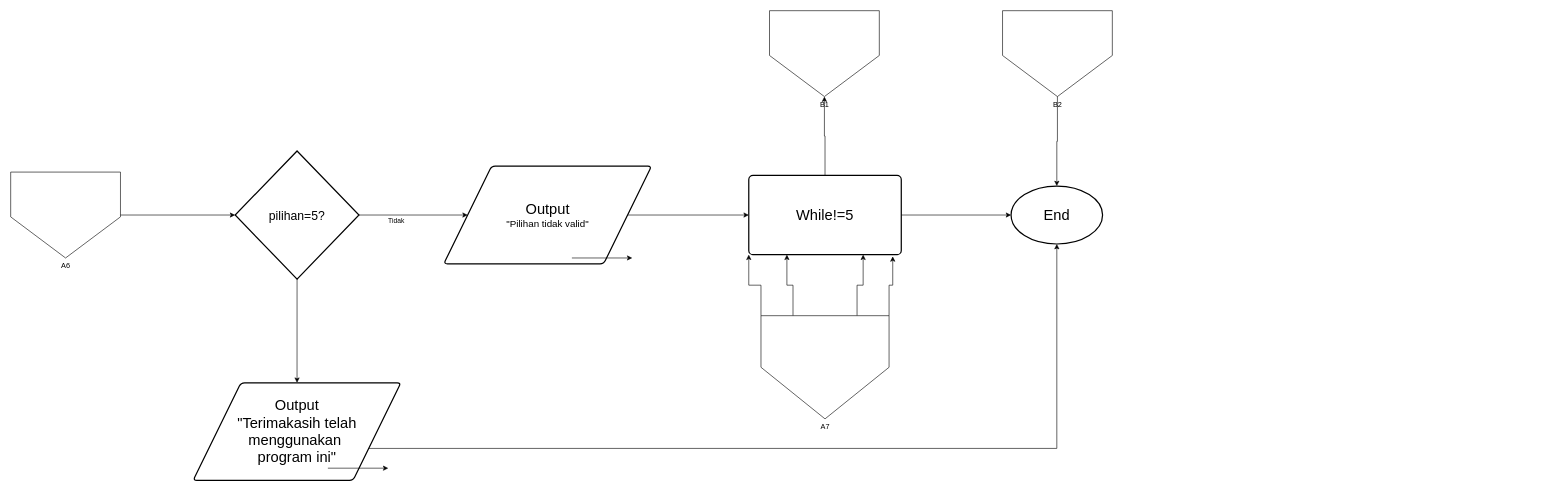
Before: page "A6 to A7" (8 of 8) of post-test/post-test-apl-3/2409106035-AhnafAliyyu-PT-3.drawio in ahnafaliyyu/Praktikum-apl, a draw.io diagram. Source tidied: cells renumbered, new cells numbered last; positions are measured from the earlier drawing's top-left corner, leaving out a move shared by most shapes. Both pictures are drawn from the tidied source at 61%, with x=0, y=0 at pixel (10, 10).
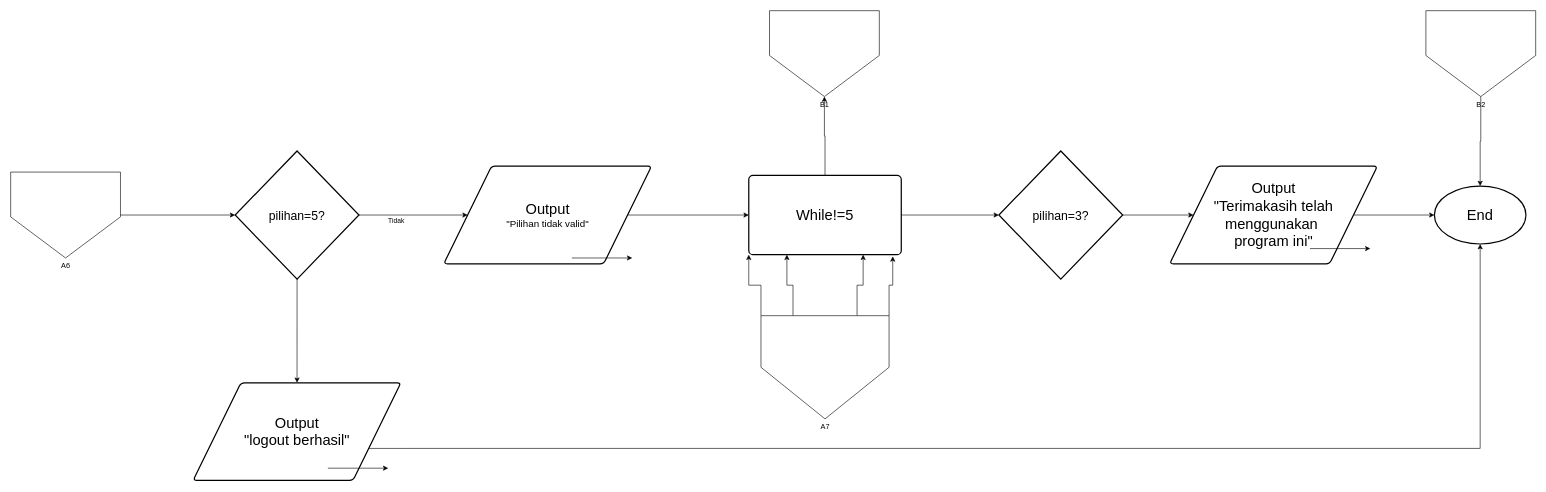
After the change.

The change refers to these unchanged cells:
```xml
<mxCell id="14" value="&lt;font style=&quot;font-size: 24px;&quot;&gt;While!=5&lt;/font&gt;" style="rounded=1;whiteSpace=wrap;html=1;absoluteArcSize=1;arcSize=14;strokeWidth=2;" parent="1" vertex="1">
  <mxGeometry x="1210" y="270" width="250" height="130" as="geometry" />
</mxCell>
```

What changed in the source:
```diff
@@
-    <mxCell id="8" value="&lt;div&gt;&lt;font style=&quot;font-size: 24px;&quot;&gt;Output&lt;/font&gt;&lt;/div&gt;&lt;div&gt;&lt;font style=&quot;font-size: 24px;&quot;&gt;&quot;Terimakasih telah menggunakan&amp;nbsp;&lt;/font&gt;&lt;/div&gt;&lt;div&gt;&lt;font style=&quot;font-size: 24px;&quot;&gt;program ini&quot;&lt;/font&gt;&lt;/div&gt;" style="shape=parallelogram;html=1;strokeWidth=2;perimeter=parallelogramPerimeter;whiteSpace=wrap;rounded=1;arcSize=12;size=0.23;" parent="1" vertex="1">
+    <mxCell id="8" value="&lt;div&gt;&lt;font style=&quot;font-size: 24px;&quot;&gt;Output&lt;/font&gt;&lt;/div&gt;&lt;div&gt;&lt;span style=&quot;font-size: 24px;&quot;&gt;&quot;logout berhasil&quot;&lt;/span&gt;&lt;/div&gt;" style="shape=parallelogram;html=1;strokeWidth=2;perimeter=parallelogramPerimeter;whiteSpace=wrap;rounded=1;arcSize=12;size=0.23;" parent="1" vertex="1">
       <mxGeometry x="299.2" y="610" width="340.5" height="160" as="geometry" />
     </mxCell>
@@
     <mxCell id="16" value="&lt;font style=&quot;font-size: 24px;&quot;&gt;End&lt;/font&gt;" style="strokeWidth=2;html=1;shape=mxgraph.flowchart.start_1;whiteSpace=wrap;" parent="1" vertex="1">
-      <mxGeometry x="1640" y="287.5" width="150" height="95" as="geometry" />
+      <mxGeometry x="2334" y="287.5" width="150" height="95" as="geometry" />
     </mxCell>
     <mxCell id="17" value="B2" style="verticalLabelPosition=bottom;verticalAlign=top;html=1;shape=offPageConnector;rounded=0;size=0.47854077253218885;" parent="1" vertex="1">
-      <mxGeometry x="1626" width="180" height="140.8" as="geometry" />
+      <mxGeometry x="2320" width="180" height="140.8" as="geometry" />
     </mxCell>
@@
-    <mxCell id="19" style="edgeStyle=orthogonalEdgeStyle;rounded=0;jettySize=auto;html=1;exitX=1;exitY=0.5;exitDx=0;exitDy=0;entryX=0;entryY=0.5;entryDx=0;entryDy=0;entryPerimeter=0;" parent="1" edge="1" source="14" target="16">
-      <mxGeometry relative="1" as="geometry" />
-    </mxCell>
@@
+    <mxCell id="26" style="edgeStyle=orthogonalEdgeStyle;rounded=0;jettySize=auto;html=1;exitX=1;exitY=0.5;exitDx=0;exitDy=0;entryX=0;entryY=0.5;entryDx=0;entryDy=0;entryPerimeter=0;" parent="1" edge="1" source="14" target="28">
+      <mxGeometry relative="1" as="geometry" />
+    </mxCell>
+    <mxCell id="27" style="edgeStyle=orthogonalEdgeStyle;rounded=0;jettySize=auto;html=1;exitX=1;exitY=0.5;exitDx=0;exitDy=0;exitPerimeter=0;entryX=0;entryY=0.5;entryDx=0;entryDy=0;" parent="1" edge="1" source="28" target="30">
+      <mxGeometry relative="1" as="geometry" />
+    </mxCell>
+    <mxCell id="28" value="&lt;font style=&quot;font-size: 20px;&quot;&gt;pilihan=3?&lt;/font&gt;" style="strokeWidth=2;html=1;shape=mxgraph.flowchart.decision;whiteSpace=wrap;" parent="1" vertex="1">
+      <mxGeometry x="1620" y="230" width="203" height="210" as="geometry" />
+    </mxCell>
+    <mxCell id="29" style="edgeStyle=orthogonalEdgeStyle;rounded=0;jettySize=auto;html=1;exitX=1;exitY=0.5;exitDx=0;exitDy=0;" parent="1" edge="1" source="30" target="16">
+      <mxGeometry relative="1" as="geometry" />
+    </mxCell>
+    <mxCell id="30" value="&lt;div&gt;&lt;font style=&quot;font-size: 24px;&quot;&gt;Output&lt;/font&gt;&lt;/div&gt;&lt;div&gt;&lt;font style=&quot;font-size: 24px;&quot;&gt;&quot;Terimakasih telah menggunakan&amp;nbsp;&lt;/font&gt;&lt;/div&gt;&lt;div&gt;&lt;font style=&quot;font-size: 24px;&quot;&gt;program ini&quot;&lt;/font&gt;&lt;/div&gt;" style="shape=parallelogram;html=1;strokeWidth=2;perimeter=parallelogramPerimeter;whiteSpace=wrap;rounded=1;arcSize=12;size=0.23;" parent="1" vertex="1">
+      <mxGeometry x="1900" y="255" width="340.5" height="160" as="geometry" />
+    </mxCell>
+    <mxCell id="31" style="endArrow=classic;html=1;rounded=0;" parent="1" edge="1">
+      <mxGeometry relative="1" as="geometry">
+        <mxPoint x="2130" y="390" as="sourcePoint" />
+        <mxPoint x="2229" y="390" as="targetPoint" />
+      </mxGeometry>
+    </mxCell>
```
